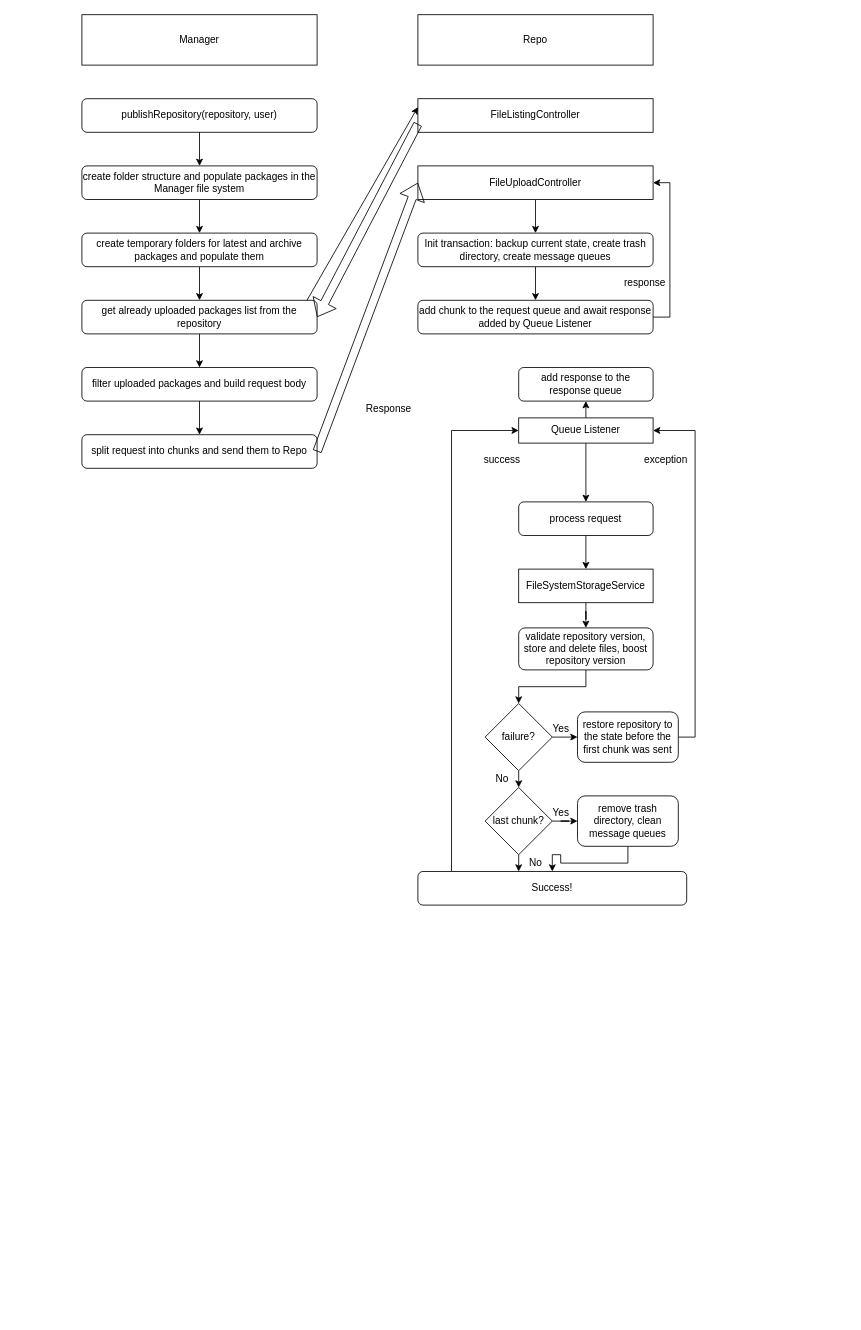
Before: docs/publication_flow_chart.drawio in openanalytics/RDepot, a draw.io diagram. Source tidied: cells renumbered, new cells numbered last; positions are measured from the earlier drawing's top-left corner, leaving out a move shared by most shapes. Both pictures are drawn from the tidied source at 84%, with x=0, y=0 at pixel (81, 14).
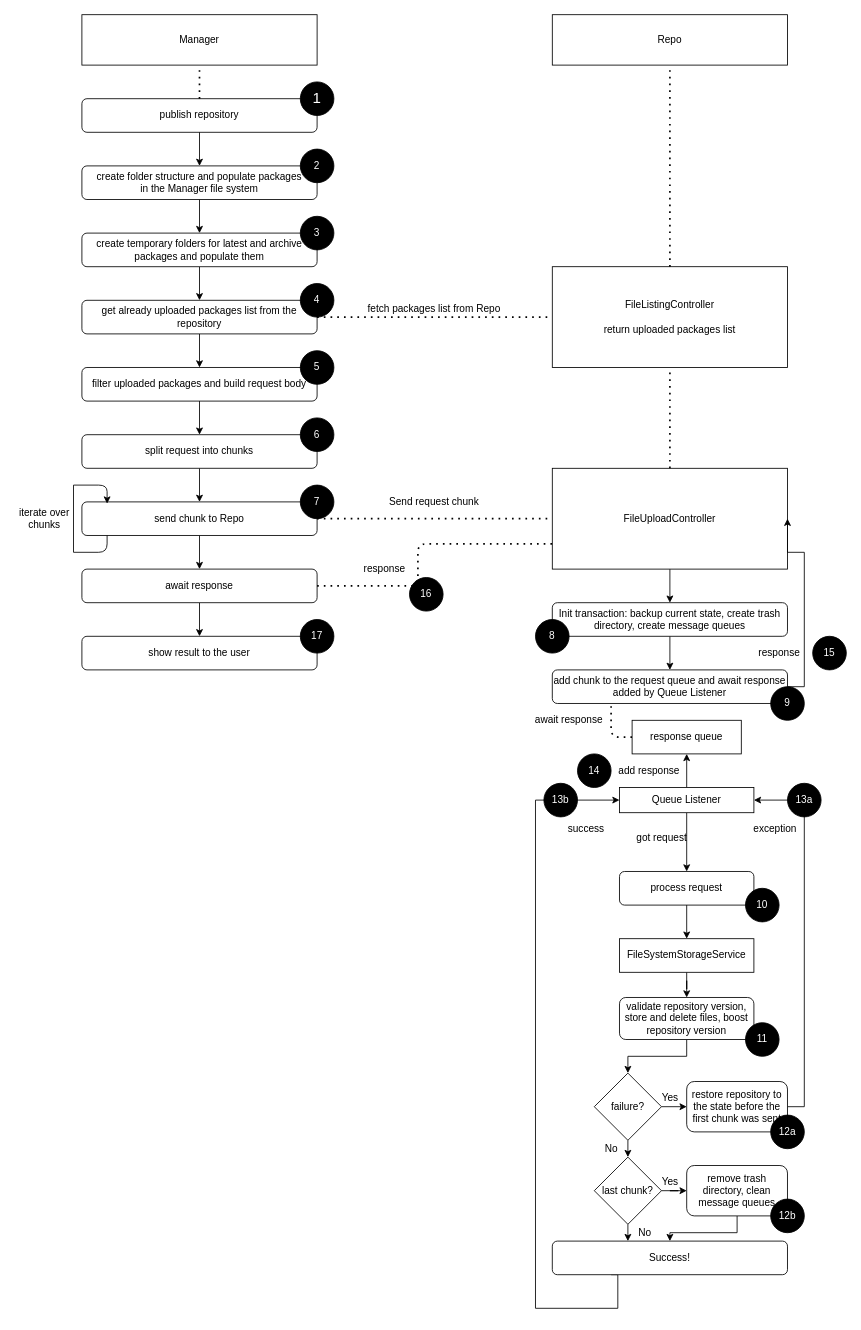
Above is the later version.

The change refers to these unchanged cells:
```xml
<mxCell id="2" value="Manager" style="rounded=0;whiteSpace=wrap;html=1;" parent="1" vertex="1">
  <mxGeometry width="280" height="60" as="geometry" />
</mxCell>
<mxCell id="10" value="get already uploaded packages list from the repository" style="rounded=1;whiteSpace=wrap;html=1;" parent="1" vertex="1">
  <mxGeometry y="340" width="280" height="40" as="geometry" />
</mxCell>
<mxCell id="15" value="filter uploaded packages and build request body" style="rounded=1;whiteSpace=wrap;html=1;" parent="1" vertex="1">
  <mxGeometry y="420" width="280" height="40" as="geometry" />
</mxCell>
```

Change to the diagram source:
```diff
@@
     <mxCell id="3" value="&lt;div&gt;Repo&lt;/div&gt;" style="rounded=0;whiteSpace=wrap;html=1;" parent="1" vertex="1">
-      <mxGeometry x="400" width="280" height="60" as="geometry" />
+      <mxGeometry x="560" width="280" height="60" as="geometry" />
     </mxCell>
-    <mxCell id="4" value="publishRepository(repository, user)" style="rounded=1;whiteSpace=wrap;html=1;" parent="1" vertex="1">
+    <mxCell id="4" value="publish repository" style="rounded=1;whiteSpace=wrap;html=1;" parent="1" vertex="1">
       <mxGeometry y="100" width="280" height="40" as="geometry" />
     </mxCell>
@@
-    <mxCell id="6" value="create folder structure and populate packages in the Manager file system" style="rounded=1;whiteSpace=wrap;html=1;" parent="1" vertex="1">
+    <mxCell id="6" value="&lt;div&gt;create folder structure and populate packages &lt;br&gt;&lt;/div&gt;&lt;div&gt;in the Manager file system&lt;/div&gt;" style="rounded=1;whiteSpace=wrap;html=1;" parent="1" vertex="1">
       <mxGeometry y="180" width="280" height="40" as="geometry" />
     </mxCell>
@@
-    <mxCell id="11" value="FileListingController" style="rounded=0;whiteSpace=wrap;html=1;" parent="1" vertex="1">
-      <mxGeometry x="400" y="100" width="280" height="40" as="geometry" />
+    <mxCell id="11" value="&lt;div&gt;FileListingController&lt;/div&gt;&lt;div&gt;&lt;br&gt;&lt;/div&gt;&lt;div&gt;return uploaded packages list&lt;/div&gt;" style="rounded=0;whiteSpace=wrap;html=1;" parent="1" vertex="1">
+      <mxGeometry x="560" y="300" width="280" height="120" as="geometry" />
     </mxCell>
-    <mxCell id="12" style="endArrow=classic;html=1;exitX=0.957;exitY=0;exitDx=0;exitDy=0;entryX=0;entryY=0.25;entryDx=0;entryDy=0;exitPerimeter=0;" parent="1" edge="1" source="10" target="11">
-      <mxGeometry relative="1" as="geometry" />
-    </mxCell>
-    <mxCell id="13" style="shape=flexArrow;endArrow=classic;html=1;exitX=0;exitY=0.75;exitDx=0;exitDy=0;entryX=1;entryY=0.5;entryDx=0;entryDy=0;" parent="1" edge="1" source="11" target="10">
-      <mxGeometry relative="1" as="geometry" />
-    </mxCell>
-    <mxCell id="14" style="edgeStyle=orthogonalEdgeStyle;rounded=0;jettySize=auto;html=1;exitX=0.5;exitY=1;exitDx=0;exitDy=0;entryX=0.5;entryY=0;entryDx=0;entryDy=0;" parent="1" edge="1" source="15" target="16">
-      <mxGeometry relative="1" as="geometry" />
-    </mxCell>
+    <mxCell id="55" style="edgeStyle=orthogonalEdgeStyle;rounded=0;jettySize=auto;html=1;" parent="1" edge="1" source="15" target="63">
+      <mxGeometry relative="1" as="geometry" />
+    </mxCell>
@@
+    <mxCell id="56" style="edgeStyle=orthogonalEdgeStyle;rounded=0;jettySize=auto;html=1;" parent="1" edge="1" source="16" target="58">
+      <mxGeometry relative="1" as="geometry" />
+    </mxCell>
-    <mxCell id="16" value="split request into chunks and send them to Repo" style="rounded=1;whiteSpace=wrap;html=1;" parent="1" vertex="1">
-      <mxGeometry y="500" width="280" height="40" as="geometry" />
+    <mxCell id="16" value="send chunk to Repo" style="rounded=1;whiteSpace=wrap;html=1;" parent="1" vertex="1">
+      <mxGeometry y="580" width="280" height="40" as="geometry" />
     </mxCell>
@@
     <mxCell id="18" value="FileUploadController" style="rounded=0;whiteSpace=wrap;html=1;" parent="1" vertex="1">
-      <mxGeometry x="400" y="180" width="280" height="40" as="geometry" />
+      <mxGeometry x="560" y="540" width="280" height="120" as="geometry" />
     </mxCell>
-    <mxCell id="19" style="shape=flexArrow;endArrow=classic;html=1;exitX=1;exitY=0.5;exitDx=0;exitDy=0;entryX=0;entryY=0.5;entryDx=0;entryDy=0;" parent="1" edge="1" source="16" target="18">
-      <mxGeometry relative="1" as="geometry" />
-    </mxCell>
@@
     <mxCell id="22" value="Init transaction: backup current state, create trash directory, create message queues" style="rounded=1;whiteSpace=wrap;html=1;" parent="1" vertex="1">
-      <mxGeometry x="400" y="260" width="280" height="40" as="geometry" />
+      <mxGeometry x="560" y="700" width="280" height="40" as="geometry" />
     </mxCell>
     <mxCell id="23" value="add chunk to the request queue and await response added by Queue Listener" style="rounded=1;whiteSpace=wrap;html=1;" parent="1" vertex="1">
-      <mxGeometry x="400" y="340" width="280" height="40" as="geometry" />
+      <mxGeometry x="560" y="780" width="280" height="40" as="geometry" />
     </mxCell>
     <mxCell id="24" style="edgeStyle=orthogonalEdgeStyle;rounded=0;jettySize=auto;html=1;exitX=1;exitY=0.5;exitDx=0;exitDy=0;entryX=1;entryY=0.5;entryDx=0;entryDy=0;" parent="1" edge="1" source="23" target="18">
       <mxGeometry relative="1" as="geometry">
         <Array as="points">
-          <mxPoint x="700" y="360" />
-          <mxPoint x="700" y="200" />
+          <mxPoint x="860" y="800" />
+          <mxPoint x="860" y="640" />
         </Array>
       </mxGeometry>
     </mxCell>
@@
-    <mxCell id="26" style="edgeStyle=orthogonalEdgeStyle;rounded=0;jettySize=auto;html=1;exitX=0.5;exitY=0;exitDx=0;exitDy=0;entryX=0.5;entryY=1;entryDx=0;entryDy=0;" parent="1" edge="1" source="27" target="53">
+    <mxCell id="26" style="edgeStyle=orthogonalEdgeStyle;rounded=0;jettySize=auto;html=1;exitX=0.5;exitY=0;exitDx=0;exitDy=0;entryX=0.5;entryY=1;entryDx=0;entryDy=0;" parent="1" edge="1" source="27" target="69">
       <mxGeometry relative="1" as="geometry" />
     </mxCell>
     <mxCell id="27" value="Queue Listener" style="rounded=0;whiteSpace=wrap;html=1;" parent="1" vertex="1">
-      <mxGeometry x="520" y="480" width="160" height="30" as="geometry" />
+      <mxGeometry x="640" y="920" width="160" height="30" as="geometry" />
     </mxCell>
@@
     <mxCell id="29" value="process request" style="rounded=1;whiteSpace=wrap;html=1;" parent="1" vertex="1">
-      <mxGeometry x="520" y="580" width="160" height="40" as="geometry" />
+      <mxGeometry x="640" y="1020" width="160" height="40" as="geometry" />
     </mxCell>
@@
     <mxCell id="31" value="FileSystemStorageService" style="rounded=0;whiteSpace=wrap;html=1;" parent="1" vertex="1">
-      <mxGeometry x="520" y="660" width="160" height="40" as="geometry" />
+      <mxGeometry x="640" y="1100" width="160" height="40" as="geometry" />
     </mxCell>
@@
     <mxCell id="33" value="validate repository version, store and delete files, boost repository version" style="rounded=1;whiteSpace=wrap;html=1;" parent="1" vertex="1">
-      <mxGeometry x="520" y="730" width="160" height="50" as="geometry" />
+      <mxGeometry x="640" y="1170" width="160" height="50" as="geometry" />
     </mxCell>
@@
     <mxCell id="36" value="failure?" style="rhombus;whiteSpace=wrap;html=1;" parent="1" vertex="1">
-      <mxGeometry x="480" y="820" width="80" height="80" as="geometry" />
+      <mxGeometry x="610" y="1260" width="80" height="80" as="geometry" />
     </mxCell>
@@
     <mxCell id="38" value="restore repository to the state before the first chunk was sent" style="rounded=1;whiteSpace=wrap;html=1;" parent="1" vertex="1">
-      <mxGeometry x="590" y="830" width="120" height="60" as="geometry" />
+      <mxGeometry x="720" y="1270" width="120" height="60" as="geometry" />
     </mxCell>
     <mxCell id="39" value="Yes" style="text;html=1;align=center;verticalAlign=middle;" parent="1" vertex="1">
-      <mxGeometry x="550" y="840" width="40" height="20" as="geometry" />
+      <mxGeometry x="680" y="1280" width="40" height="20" as="geometry" />
     </mxCell>
     <mxCell id="40" value="exception" style="text;html=1;align=center;verticalAlign=middle;" parent="1" vertex="1">
-      <mxGeometry x="660" y="520" width="70" height="20" as="geometry" />
+      <mxGeometry x="790" y="960" width="70" height="20" as="geometry" />
     </mxCell>
@@
     <mxCell id="42" style="edgeStyle=orthogonalEdgeStyle;rounded=0;jettySize=auto;html=1;exitX=0.5;exitY=1;exitDx=0;exitDy=0;" parent="1" edge="1" source="43">
       <mxGeometry relative="1" as="geometry">
-        <mxPoint x="520" y="1020" as="targetPoint" />
+        <mxPoint x="650" y="1460" as="targetPoint" />
       </mxGeometry>
     </mxCell>
     <mxCell id="43" value="last chunk?" style="rhombus;whiteSpace=wrap;html=1;" parent="1" vertex="1">
-      <mxGeometry x="480" y="920" width="80" height="80" as="geometry" />
+      <mxGeometry x="610" y="1360" width="80" height="80" as="geometry" />
     </mxCell>
     <mxCell id="44" value="No" style="text;html=1;align=center;verticalAlign=middle;" parent="1" vertex="1">
-      <mxGeometry x="485" y="900" width="30" height="20" as="geometry" />
+      <mxGeometry x="615" y="1340" width="30" height="20" as="geometry" />
     </mxCell>
@@
     <mxCell id="46" value="remove trash directory, clean message queues" style="rounded=1;whiteSpace=wrap;html=1;" parent="1" vertex="1">
-      <mxGeometry x="590" y="930" width="120" height="60" as="geometry" />
+      <mxGeometry x="720" y="1370" width="120" height="60" as="geometry" />
     </mxCell>
     <mxCell id="47" value="Yes" style="text;html=1;align=center;verticalAlign=middle;" parent="1" vertex="1">
-      <mxGeometry x="550" y="940" width="40" height="20" as="geometry" />
+      <mxGeometry x="680" y="1380" width="40" height="20" as="geometry" />
     </mxCell>
     <mxCell id="48" value="No" style="text;html=1;align=center;verticalAlign=middle;" parent="1" vertex="1">
-      <mxGeometry x="525" y="1000" width="30" height="20" as="geometry" />
+      <mxGeometry x="655" y="1440" width="30" height="20" as="geometry" />
     </mxCell>
-    <mxCell id="49" style="edgeStyle=orthogonalEdgeStyle;rounded=0;jettySize=auto;html=1;entryX=0;entryY=0.5;entryDx=0;entryDy=0;" parent="1" edge="1" source="50" target="27">
+    <mxCell id="49" style="edgeStyle=orthogonalEdgeStyle;rounded=0;jettySize=auto;html=1;entryX=0;entryY=0.5;entryDx=0;entryDy=0;exitX=0.25;exitY=1;exitDx=0;exitDy=0;" parent="1" edge="1" source="50" target="27">
       <mxGeometry relative="1" as="geometry">
         <Array as="points">
-          <mxPoint x="440" y="495" />
+          <mxPoint x="638" y="1540" />
+          <mxPoint x="540" y="1540" />
+          <mxPoint x="540" y="935" />
         </Array>
       </mxGeometry>
     </mxCell>
     <mxCell id="50" value="Success!" style="rounded=1;whiteSpace=wrap;html=1;" parent="1" vertex="1">
-      <mxGeometry x="400" y="1020" width="320" height="40" as="geometry" />
+      <mxGeometry x="560" y="1460" width="280" height="40" as="geometry" />
     </mxCell>
-    <mxCell id="51" value="&lt;div&gt;Response&lt;/div&gt;" style="text;html=1;align=center;verticalAlign=middle;" parent="1" vertex="1">
-      <mxGeometry x="330" y="460" width="70" height="20" as="geometry" />
-    </mxCell>
     <mxCell id="52" value="&lt;div&gt;success&lt;/div&gt;" style="text;html=1;align=center;verticalAlign=middle;" parent="1" vertex="1">
-      <mxGeometry x="470" y="520" width="60" height="20" as="geometry" />
+      <mxGeometry x="570" y="960" width="60" height="20" as="geometry" />
     </mxCell>
-    <mxCell id="53" value="&lt;div&gt;add response to the response queue&lt;/div&gt;" style="rounded=1;whiteSpace=wrap;html=1;" parent="1" vertex="1">
-      <mxGeometry x="520" y="420" width="160" height="40" as="geometry" />
-    </mxCell>
     <mxCell id="54" value="response" style="text;html=1;align=center;verticalAlign=middle;" parent="1" vertex="1">
-      <mxGeometry x="640" y="310" width="60" height="20" as="geometry" />
+      <mxGeometry x="800" y="750" width="60" height="20" as="geometry" />
     </mxCell>
+    <mxCell id="57" style="edgeStyle=orthogonalEdgeStyle;rounded=0;jettySize=auto;html=1;" parent="1" edge="1" source="58" target="73">
+      <mxGeometry relative="1" as="geometry" />
+    </mxCell>
+    <mxCell id="58" value="await response" style="rounded=1;whiteSpace=wrap;html=1;" parent="1" vertex="1">
+      <mxGeometry y="660" width="280" height="40" as="geometry" />
+    </mxCell>
+    <mxCell id="12" style="endArrow=none;dashed=1;html=1;dashPattern=1 3;strokeWidth=2;exitX=1;exitY=0.5;exitDx=0;exitDy=0;entryX=0;entryY=0.5;entryDx=0;entryDy=0;" parent="1" edge="1" source="10" target="11">
+      <mxGeometry relative="1" as="geometry" />
+    </mxCell>
+    <mxCell id="59" value="&lt;div&gt;fetch packages list from Repo&lt;/div&gt;" style="text;html=1;align=center;verticalAlign=middle;" parent="1" vertex="1">
+      <mxGeometry x="334" y="340" width="170" height="20" as="geometry" />
+    </mxCell>
+    <mxCell id="19" style="endArrow=none;dashed=1;html=1;dashPattern=1 3;strokeWidth=2;exitX=1;exitY=0.5;exitDx=0;exitDy=0;entryX=0;entryY=0.5;entryDx=0;entryDy=0;" parent="1" edge="1" source="16" target="18">
+      <mxGeometry relative="1" as="geometry" />
+    </mxCell>
+    <mxCell id="60" value="Send request chunk" style="text;html=1;align=center;verticalAlign=middle;" parent="1" vertex="1">
+      <mxGeometry x="359" y="570" width="120" height="20" as="geometry" />
+    </mxCell>
+    <mxCell id="61" style="endArrow=none;dashed=1;html=1;dashPattern=1 3;strokeWidth=2;entryX=0.25;entryY=1;entryDx=0;entryDy=0;exitX=0;exitY=0.5;exitDx=0;exitDy=0;" parent="1" edge="1" source="69" target="23">
+      <mxGeometry relative="1" as="geometry">
+        <Array as="points">
+          <mxPoint x="630" y="860" />
+        </Array>
+      </mxGeometry>
+    </mxCell>
+    <mxCell id="62" style="edgeStyle=orthogonalEdgeStyle;rounded=0;jettySize=auto;html=1;" parent="1" edge="1" source="63" target="16">
+      <mxGeometry relative="1" as="geometry" />
+    </mxCell>
+    <mxCell id="63" value="split request into chunks" style="rounded=1;whiteSpace=wrap;html=1;" parent="1" vertex="1">
+      <mxGeometry y="500" width="280" height="40" as="geometry" />
+    </mxCell>
+    <mxCell id="64" style="endArrow=none;html=1;" parent="1" edge="1">
+      <mxGeometry relative="1" as="geometry">
+        <mxPoint x="-10" y="640" as="sourcePoint" />
+        <mxPoint x="-10" y="560" as="targetPoint" />
+      </mxGeometry>
+    </mxCell>
+    <mxCell id="65" style="endArrow=none;html=1;" parent="1" edge="1">
+      <mxGeometry relative="1" as="geometry">
+        <mxPoint x="-10" y="640" as="sourcePoint" />
+        <mxPoint x="30" y="620" as="targetPoint" />
+        <Array as="points">
+          <mxPoint x="30" y="640" />
+        </Array>
+      </mxGeometry>
+    </mxCell>
+    <mxCell id="66" style="endArrow=classic;html=1;entryX=0.107;entryY=0.05;entryDx=0;entryDy=0;entryPerimeter=0;" parent="1" edge="1">
+      <mxGeometry relative="1" as="geometry">
+        <mxPoint x="-10" y="560" as="sourcePoint" />
+        <mxPoint x="30" y="582" as="targetPoint" />
+        <Array as="points">
+          <mxPoint x="30" y="560" />
+        </Array>
+      </mxGeometry>
+    </mxCell>
+    <mxCell id="67" value="&lt;div&gt;iterate over&lt;/div&gt;&lt;div&gt;chunks&lt;/div&gt;" style="text;html=1;align=center;verticalAlign=middle;" parent="1" vertex="1">
+      <mxGeometry x="-80" y="585" width="70" height="30" as="geometry" />
+    </mxCell>
+    <mxCell id="68" value="await response" style="text;html=1;strokeColor=none;fillColor=none;align=center;verticalAlign=middle;whiteSpace=wrap;rounded=0;" parent="1" vertex="1">
+      <mxGeometry x="530" y="830" width="100" height="20" as="geometry" />
+    </mxCell>
+    <mxCell id="69" value="response queue" style="rounded=0;whiteSpace=wrap;html=1;" parent="1" vertex="1">
+      <mxGeometry x="655" y="840" width="130" height="40" as="geometry" />
+    </mxCell>
+    <mxCell id="70" value="add response" style="text;html=1;align=center;verticalAlign=middle;" parent="1" vertex="1">
+      <mxGeometry x="630" y="890" width="90" height="20" as="geometry" />
+    </mxCell>
+    <mxCell id="71" style="endArrow=none;dashed=1;html=1;dashPattern=1 3;strokeWidth=2;exitX=1;exitY=0.5;exitDx=0;exitDy=0;entryX=0;entryY=0.75;entryDx=0;entryDy=0;" parent="1" edge="1" source="58" target="18">
+      <mxGeometry relative="1" as="geometry">
+        <Array as="points">
+          <mxPoint x="400" y="680" />
+          <mxPoint x="400" y="630" />
+        </Array>
+      </mxGeometry>
+    </mxCell>
+    <mxCell id="72" value="response" style="text;html=1;align=center;verticalAlign=middle;" parent="1" vertex="1">
+      <mxGeometry x="330" y="650" width="60" height="20" as="geometry" />
+    </mxCell>
+    <mxCell id="73" value="show result to the user" style="rounded=1;whiteSpace=wrap;html=1;" parent="1" vertex="1">
+      <mxGeometry y="740" width="280" height="40" as="geometry" />
+    </mxCell>
+    <mxCell id="74" value="got request" style="text;html=1;align=center;verticalAlign=middle;" parent="1" vertex="1">
+      <mxGeometry x="650" y="970" width="80" height="20" as="geometry" />
+    </mxCell>
+    <mxCell id="75" value="&lt;font style=&quot;font-size: 18px&quot;&gt;1&lt;/font&gt;" style="ellipse;whiteSpace=wrap;html=1;strokeColor=#000000;fillColor=#000000;fontColor=#FFFFFF;" parent="1" vertex="1">
+      <mxGeometry x="260" y="80" width="40" height="40" as="geometry" />
+    </mxCell>
+    <mxCell id="76" value="2" style="ellipse;whiteSpace=wrap;html=1;strokeColor=#000000;fillColor=#000000;fontColor=#FFFFFF;" parent="1" vertex="1">
+      <mxGeometry x="260" y="160" width="40" height="40" as="geometry" />
+    </mxCell>
+    <mxCell id="77" value="3" style="ellipse;whiteSpace=wrap;html=1;strokeColor=#000000;fillColor=#000000;fontColor=#FFFFFF;" parent="1" vertex="1">
+      <mxGeometry x="260" y="240" width="40" height="40" as="geometry" />
+    </mxCell>
+    <mxCell id="78" value="4" style="ellipse;whiteSpace=wrap;html=1;strokeColor=#000000;fillColor=#000000;fontColor=#FFFFFF;" parent="1" vertex="1">
+      <mxGeometry x="260" y="320" width="40" height="40" as="geometry" />
+    </mxCell>
+    <mxCell id="79" value="5" style="ellipse;whiteSpace=wrap;html=1;strokeColor=#000000;fillColor=#000000;fontColor=#FFFFFF;" parent="1" vertex="1">
+      <mxGeometry x="260" y="400" width="40" height="40" as="geometry" />
+    </mxCell>
+    <mxCell id="80" value="6" style="ellipse;whiteSpace=wrap;html=1;strokeColor=#000000;fillColor=#000000;fontColor=#FFFFFF;" parent="1" vertex="1">
+      <mxGeometry x="260" y="480" width="40" height="40" as="geometry" />
+    </mxCell>
+    <mxCell id="81" value="7" style="ellipse;whiteSpace=wrap;html=1;strokeColor=#000000;fillColor=#000000;fontColor=#FFFFFF;" parent="1" vertex="1">
+      <mxGeometry x="260" y="560" width="40" height="40" as="geometry" />
+    </mxCell>
+    <mxCell id="82" value="8" style="ellipse;whiteSpace=wrap;html=1;strokeColor=#000000;fillColor=#000000;fontColor=#FFFFFF;" parent="1" vertex="1">
+      <mxGeometry x="540" y="720" width="40" height="40" as="geometry" />
+    </mxCell>
+    <mxCell id="83" value="9" style="ellipse;whiteSpace=wrap;html=1;strokeColor=#000000;fillColor=#000000;fontColor=#FFFFFF;" parent="1" vertex="1">
+      <mxGeometry x="820" y="800" width="40" height="40" as="geometry" />
+    </mxCell>
+    <mxCell id="84" value="10" style="ellipse;whiteSpace=wrap;html=1;strokeColor=#000000;fillColor=#000000;fontColor=#FFFFFF;" parent="1" vertex="1">
+      <mxGeometry x="790" y="1040" width="40" height="40" as="geometry" />
+    </mxCell>
+    <mxCell id="85" value="11" style="ellipse;whiteSpace=wrap;html=1;strokeColor=#000000;fillColor=#000000;fontColor=#FFFFFF;" parent="1" vertex="1">
+      <mxGeometry x="790" y="1200" width="40" height="40" as="geometry" />
+    </mxCell>
+    <mxCell id="86" value="12a" style="ellipse;whiteSpace=wrap;html=1;strokeColor=#000000;fillColor=#000000;fontColor=#FFFFFF;" parent="1" vertex="1">
+      <mxGeometry x="820" y="1310" width="40" height="40" as="geometry" />
+    </mxCell>
+    <mxCell id="87" value="12b" style="ellipse;whiteSpace=wrap;html=1;strokeColor=#000000;fillColor=#000000;fontColor=#FFFFFF;" parent="1" vertex="1">
+      <mxGeometry x="820" y="1410" width="40" height="40" as="geometry" />
+    </mxCell>
+    <mxCell id="88" value="13a" style="ellipse;whiteSpace=wrap;html=1;strokeColor=#000000;fillColor=#000000;fontColor=#FFFFFF;" parent="1" vertex="1">
+      <mxGeometry x="840" y="915" width="40" height="40" as="geometry" />
+    </mxCell>
+    <mxCell id="89" value="13b" style="ellipse;whiteSpace=wrap;html=1;strokeColor=#000000;fillColor=#000000;fontColor=#FFFFFF;" parent="1" vertex="1">
+      <mxGeometry x="550" y="915" width="40" height="40" as="geometry" />
+    </mxCell>
+    <mxCell id="90" value="14" style="ellipse;whiteSpace=wrap;html=1;strokeColor=#000000;fillColor=#000000;fontColor=#FFFFFF;" parent="1" vertex="1">
+      <mxGeometry x="590" y="880" width="40" height="40" as="geometry" />
+    </mxCell>
+    <mxCell id="91" value="16" style="ellipse;whiteSpace=wrap;html=1;strokeColor=#000000;fillColor=#000000;fontColor=#FFFFFF;" parent="1" vertex="1">
+      <mxGeometry x="390" y="670" width="40" height="40" as="geometry" />
+    </mxCell>
+    <mxCell id="92" value="17" style="ellipse;whiteSpace=wrap;html=1;strokeColor=#000000;fillColor=#000000;fontColor=#FFFFFF;" parent="1" vertex="1">
+      <mxGeometry x="260" y="720" width="40" height="40" as="geometry" />
+    </mxCell>
+    <mxCell id="93" value="15" style="ellipse;whiteSpace=wrap;html=1;strokeColor=#000000;fillColor=#000000;fontColor=#FFFFFF;" parent="1" vertex="1">
+      <mxGeometry x="870" y="740" width="40" height="40" as="geometry" />
+    </mxCell>
+    <mxCell id="94" style="endArrow=none;dashed=1;html=1;dashPattern=1 3;strokeWidth=2;fontColor=#FFFFFF;exitX=0.5;exitY=0;exitDx=0;exitDy=0;" parent="1" edge="1" source="11">
+      <mxGeometry relative="1" as="geometry">
+        <mxPoint x="700" y="60" as="targetPoint" />
+      </mxGeometry>
+    </mxCell>
+    <mxCell id="95" style="endArrow=none;dashed=1;html=1;dashPattern=1 3;strokeWidth=2;fontColor=#FFFFFF;exitX=0.5;exitY=0;exitDx=0;exitDy=0;" parent="1" edge="1" source="18">
+      <mxGeometry relative="1" as="geometry">
+        <mxPoint x="700" y="420" as="targetPoint" />
+      </mxGeometry>
+    </mxCell>
+    <mxCell id="96" style="endArrow=none;dashed=1;html=1;dashPattern=1 3;strokeWidth=2;fontColor=#FFFFFF;exitX=0.5;exitY=0;exitDx=0;exitDy=0;entryX=0.5;entryY=1;entryDx=0;entryDy=0;" parent="1" edge="1" source="4" target="2">
+      <mxGeometry relative="1" as="geometry" />
+    </mxCell>
```
